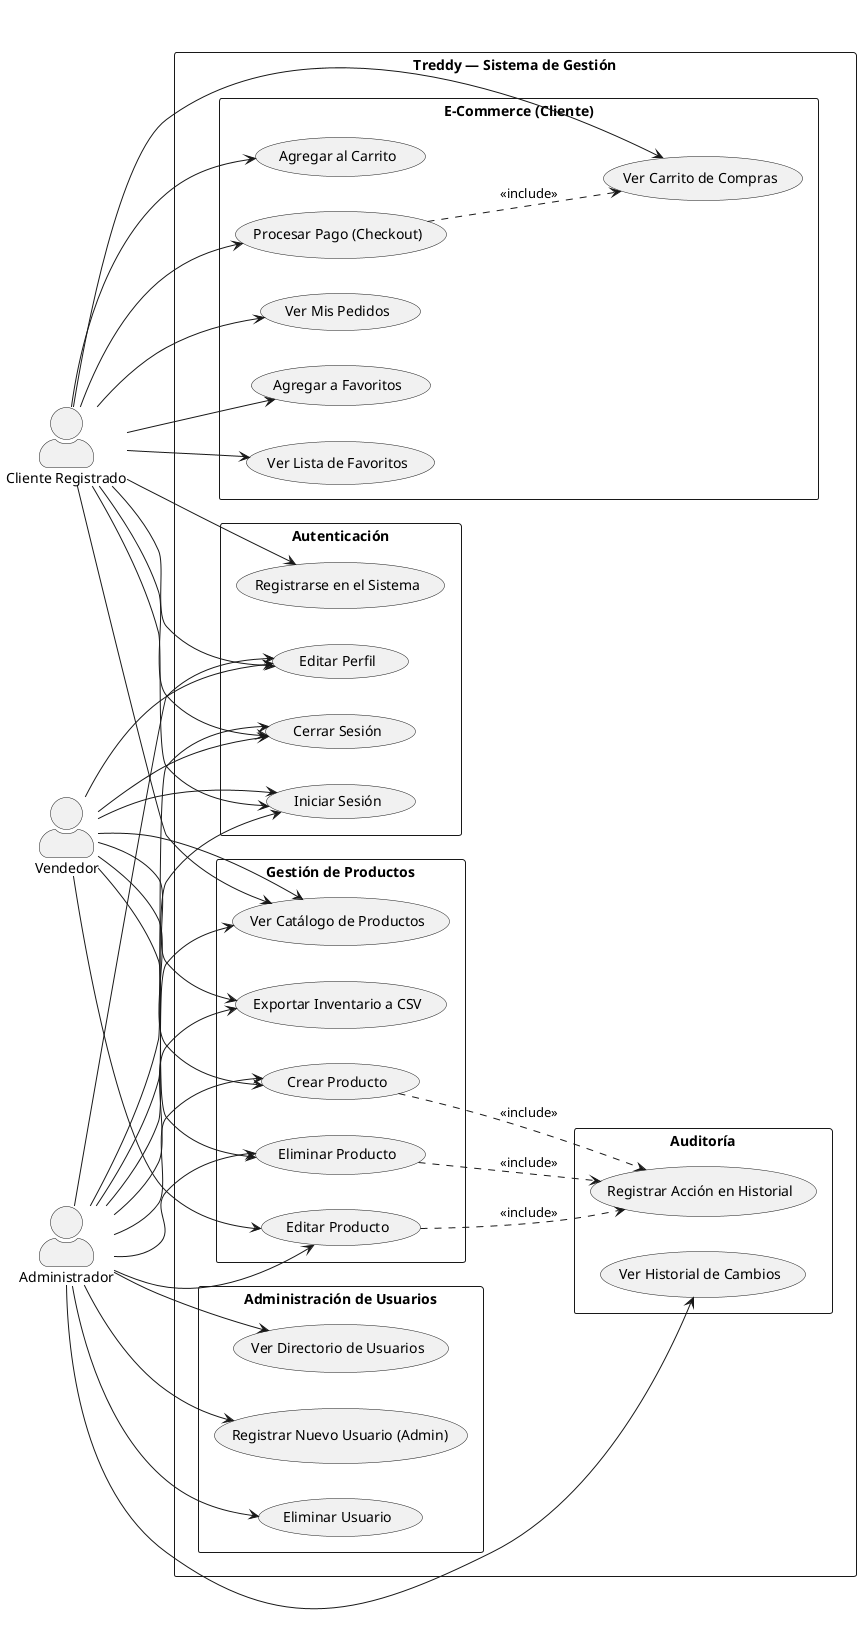
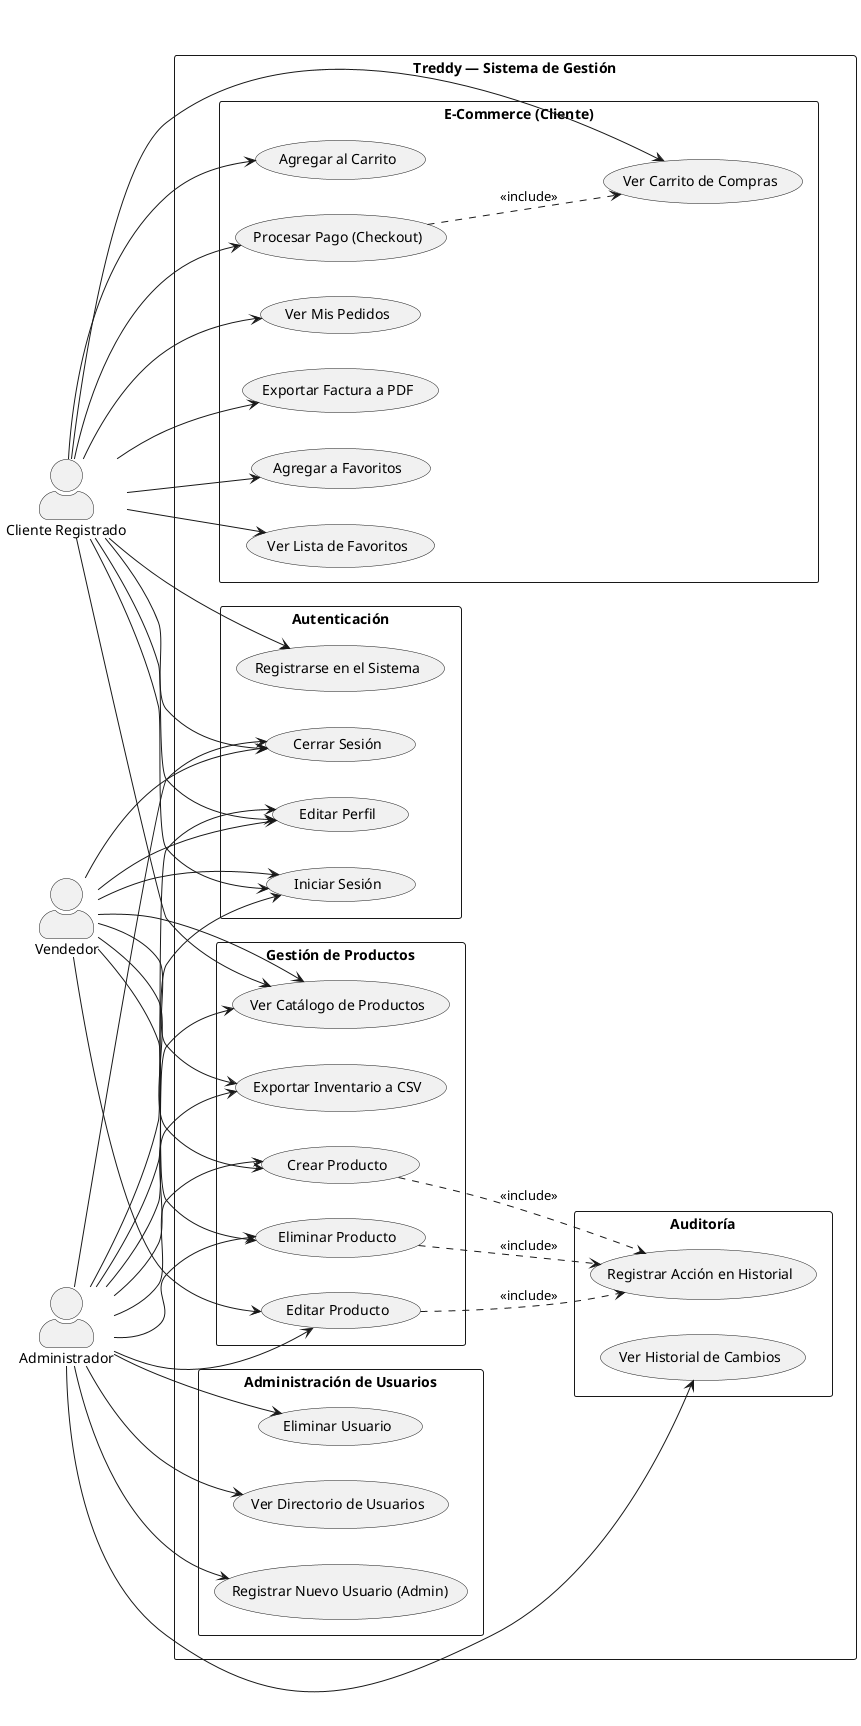
@startuml casos_de_uso
left to right direction
skinparam packageStyle rectangle
skinparam actorStyle awesome

actor "Cliente Registrado" as cliente
actor "Vendedor" as vendedor
actor "Administrador" as admin

rectangle "Treddy — Sistema de Gestión" {

    package "Autenticación" {
        usecase "Iniciar Sesión" as UC1
        usecase "Registrarse en el Sistema" as UC2
        usecase "Editar Perfil" as UC3
        usecase "Cerrar Sesión" as UC4
    }

    package "Gestión de Productos" {
        usecase "Ver Catálogo de Productos" as UC5
        usecase "Crear Producto" as UC6
        usecase "Editar Producto" as UC7
        usecase "Eliminar Producto" as UC8
        usecase "Exportar Inventario a CSV" as UC9
    }

    package "Auditoría" {
        usecase "Ver Historial de Cambios" as UC10
        usecase "Registrar Acción en Historial" as UC11
    }

    package "E-Commerce (Cliente)" {
        usecase "Agregar a Favoritos" as UC12
        usecase "Ver Lista de Favoritos" as UC13
        usecase "Agregar al Carrito" as UC14
        usecase "Ver Carrito de Compras" as UC15
        usecase "Procesar Pago (Checkout)" as UC16
        usecase "Ver Mis Pedidos" as UC17
+         usecase "Exportar Factura a PDF" as UC21
    }

    package "Administración de Usuarios" {
        usecase "Ver Directorio de Usuarios" as UC18
        usecase "Registrar Nuevo Usuario (Admin)" as UC19
        usecase "Eliminar Usuario" as UC20
    }
}

' ── Relaciones Cliente ──
cliente --> UC1
cliente --> UC2
cliente --> UC3
cliente --> UC4
cliente --> UC5
cliente --> UC12
cliente --> UC13
cliente --> UC14
cliente --> UC15
cliente --> UC16
cliente --> UC17
+ cliente --> UC21

' ── Relaciones Vendedor ──
vendedor --> UC1
vendedor --> UC3
vendedor --> UC4
vendedor --> UC5
vendedor --> UC6
vendedor --> UC7
vendedor --> UC8
vendedor --> UC9

' ── Relaciones Administrador ──
admin --> UC1
admin --> UC3
admin --> UC4
admin --> UC5
admin --> UC6
admin --> UC7
admin --> UC8
admin --> UC9
admin --> UC10
admin --> UC18
admin --> UC19
admin --> UC20

' ── Includes / Extends ──
UC6 ..> UC11 : <<include>>
UC7 ..> UC11 : <<include>>
UC8 ..> UC11 : <<include>>
UC16 ..> UC15 : <<include>>

@enduml
